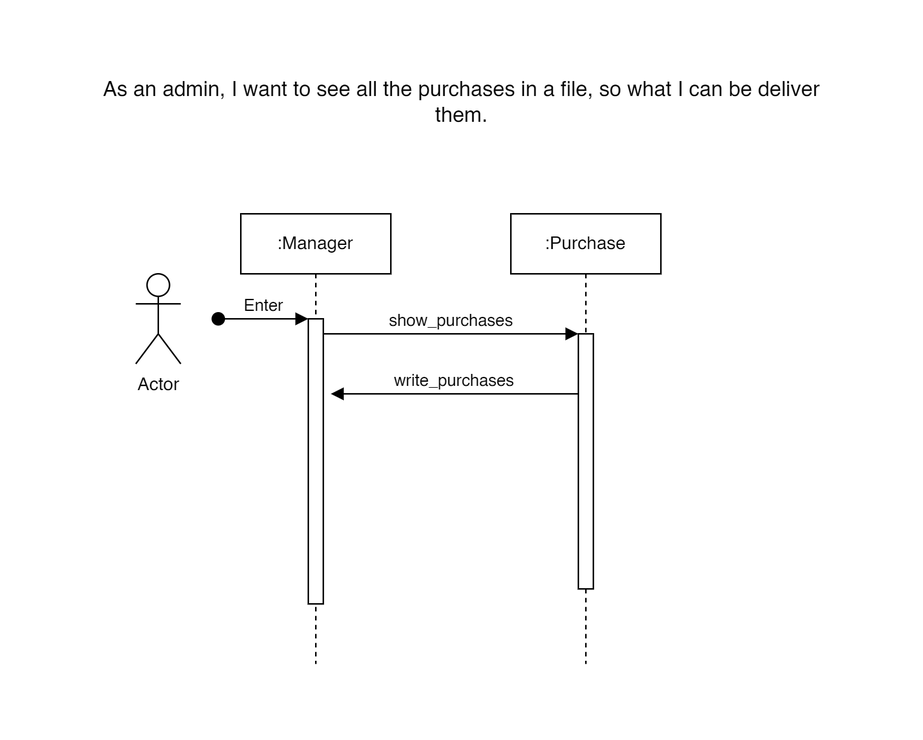
Above: first_workshop/diagrams/activity_diagram7.png in anunezb18/software-modeling-1 (draw.io), before the change. Source tidied: cells renumbered, new cells last; positions are measured from the earlier drawing's top-left corner, leaving out a move shared by most shapes.
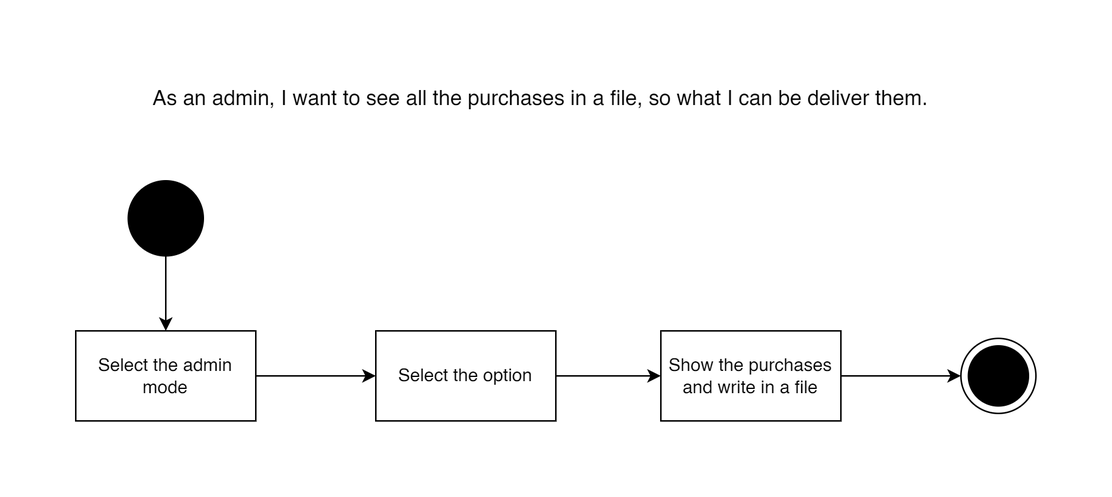
The same file after the commit.

Change to the diagram source:
```diff
@@ -2,43 +2,40 @@
   <root>
     <mxCell id="0" />
     <mxCell id="1" parent="0" />
-    <mxCell id="2" value=":Manager" style="shape=umlLifeline;perimeter=lifelinePerimeter;whiteSpace=wrap;html=1;newEdgeStyle={&quot;edgeStyle&quot;:&quot;elbowEdgeStyle&quot;,&quot;elbow&quot;:&quot;vertical&quot;,&quot;curved&quot;:0,&quot;rounded&quot;:0};" parent="1" vertex="1">
-      <mxGeometry x="110" y="90" width="100" height="300" as="geometry" />
-    </mxCell>
-    <mxCell id="3" style="html=1;points=[];perimeter=orthogonalPerimeter;outlineConnect=0;targetShapes=umlLifeline;portConstraint=eastwest;newEdgeStyle={&quot;edgeStyle&quot;:&quot;elbowEdgeStyle&quot;,&quot;elbow&quot;:&quot;vertical&quot;,&quot;curved&quot;:0,&quot;rounded&quot;:0};" parent="2" vertex="1">
-      <mxGeometry x="45" y="70" width="10" height="190" as="geometry" />
-    </mxCell>
-    <mxCell id="4" value="Enter" style="html=1;verticalAlign=bottom;startArrow=oval;endArrow=block;startSize=8;edgeStyle=elbowEdgeStyle;elbow=vertical;curved=0;rounded=0;" parent="2" edge="1" target="3">
-      <mxGeometry relative="1" as="geometry">
-        <mxPoint x="-15" y="70" as="sourcePoint" />
-      </mxGeometry>
-    </mxCell>
-    <mxCell id="5" value=":Purchase" style="shape=umlLifeline;perimeter=lifelinePerimeter;whiteSpace=wrap;html=1;newEdgeStyle={&quot;edgeStyle&quot;:&quot;elbowEdgeStyle&quot;,&quot;elbow&quot;:&quot;vertical&quot;,&quot;curved&quot;:0,&quot;rounded&quot;:0};" parent="1" vertex="1">
-      <mxGeometry x="290" y="90" width="100" height="300" as="geometry" />
-    </mxCell>
-    <mxCell id="6" style="html=1;points=[];perimeter=orthogonalPerimeter;outlineConnect=0;targetShapes=umlLifeline;portConstraint=eastwest;newEdgeStyle={&quot;edgeStyle&quot;:&quot;elbowEdgeStyle&quot;,&quot;elbow&quot;:&quot;vertical&quot;,&quot;curved&quot;:0,&quot;rounded&quot;:0};" parent="5" vertex="1">
-      <mxGeometry x="45" y="80" width="10" height="170" as="geometry" />
-    </mxCell>
-    <mxCell id="7" value="show_purchases" style="html=1;verticalAlign=bottom;endArrow=block;edgeStyle=elbowEdgeStyle;elbow=horizontal;curved=0;rounded=0;" parent="1" edge="1" source="3" target="6">
-      <mxGeometry relative="1" as="geometry">
-        <Array as="points">
-          <mxPoint x="250" y="170" />
-        </Array>
-      </mxGeometry>
-    </mxCell>
-    <mxCell id="8" value="write_purchases" style="html=1;verticalAlign=bottom;endArrow=block;edgeStyle=elbowEdgeStyle;elbow=vertical;curved=0;rounded=0;" parent="1" edge="1" source="6">
-      <mxGeometry relative="1" as="geometry">
-        <mxPoint x="170" y="210" as="targetPoint" />
-        <Array as="points">
-          <mxPoint x="260" y="210" />
-        </Array>
-      </mxGeometry>
-    </mxCell>
-    <mxCell id="9" value="Actor" style="shape=umlActor;verticalLabelPosition=bottom;verticalAlign=top;html=1;" parent="1" vertex="1">
-      <mxGeometry x="40" y="130" width="30" height="60" as="geometry" />
-    </mxCell>
     <mxCell id="10" value="&lt;font style=&quot;font-size: 14px;&quot;&gt;As an admin, I want to see all the purchases in a file, so what I can be deliver them.&lt;/font&gt;" style="text;html=1;align=center;verticalAlign=middle;whiteSpace=wrap;rounded=0;" parent="1" vertex="1">
-      <mxGeometry width="515" height="30" as="geometry" />
+      <mxGeometry width="620" height="30" as="geometry" />
     </mxCell>
+    <mxCell id="11" style="edgeStyle=orthogonalEdgeStyle;rounded=0;jettySize=auto;html=1;entryX=0.5;entryY=0;entryDx=0;entryDy=0;" parent="1" edge="1" source="12" target="14">
+      <mxGeometry relative="1" as="geometry" />
+    </mxCell>
+    <mxCell id="12" style="ellipse;whiteSpace=wrap;html=1;fillColor=#000000;" parent="1" vertex="1">
+      <mxGeometry x="35" y="70" width="50" height="50" as="geometry" />
+    </mxCell>
+    <mxCell id="13" style="edgeStyle=orthogonalEdgeStyle;rounded=0;jettySize=auto;html=1;" parent="1" edge="1" source="14" target="16">
+      <mxGeometry relative="1" as="geometry" />
+    </mxCell>
+    <mxCell id="14" value="Select the admin mode" style="rounded=0;whiteSpace=wrap;html=1;" parent="1" vertex="1">
+      <mxGeometry y="170" width="120" height="60" as="geometry" />
+    </mxCell>
+    <mxCell id="15" style="edgeStyle=orthogonalEdgeStyle;rounded=0;jettySize=auto;html=1;" parent="1" edge="1" source="16">
+      <mxGeometry relative="1" as="geometry">
+        <mxPoint x="390" y="200" as="targetPoint" />
+      </mxGeometry>
+    </mxCell>
+    <mxCell id="16" value="Select the option" style="whiteSpace=wrap;html=1;rounded=0;" parent="1" vertex="1">
+      <mxGeometry x="200" y="170" width="120" height="60" as="geometry" />
+    </mxCell>
+    <mxCell id="17" style="ellipse;whiteSpace=wrap;html=1;rounded=0;" parent="1" vertex="1">
+      <mxGeometry x="590" y="175" width="50" height="50" as="geometry" />
+    </mxCell>
+    <mxCell id="18" style="ellipse;whiteSpace=wrap;html=1;fillColor=#000000;" parent="1" vertex="1">
+      <mxGeometry x="595" y="180" width="40" height="40" as="geometry" />
+    </mxCell>
+    <mxCell id="19" style="edgeStyle=orthogonalEdgeStyle;rounded=0;jettySize=auto;html=1;entryX=0;entryY=0.5;entryDx=0;entryDy=0;" parent="1" edge="1" source="20" target="17">
+      <mxGeometry relative="1" as="geometry" />
+    </mxCell>
+    <mxCell id="20" value="Show the purchases and write in a file" style="whiteSpace=wrap;html=1;" parent="1" vertex="1">
+      <mxGeometry x="390" y="170" width="120" height="60" as="geometry" />
+    </mxCell>
   </root>
 </mxGraphModel>
```
